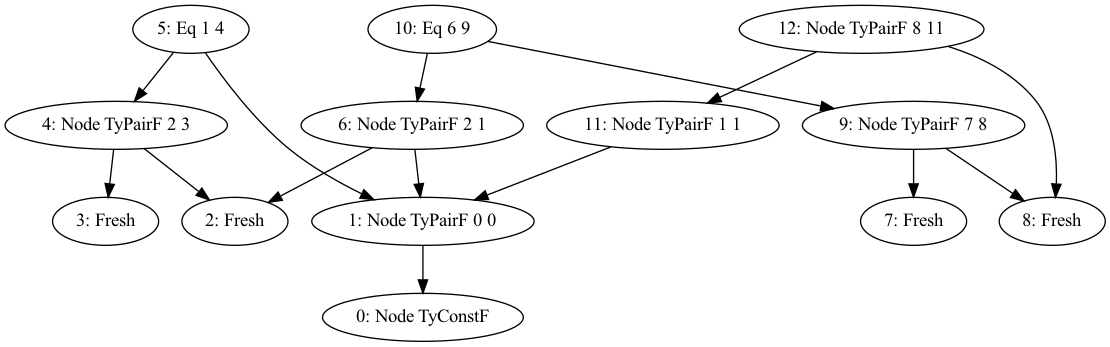
Before: dot/exponential-initial.png, a diagram exported from Graphviz (ejconlon/uniter). Its source is kept beside it as dot/exponential-initial.dot.
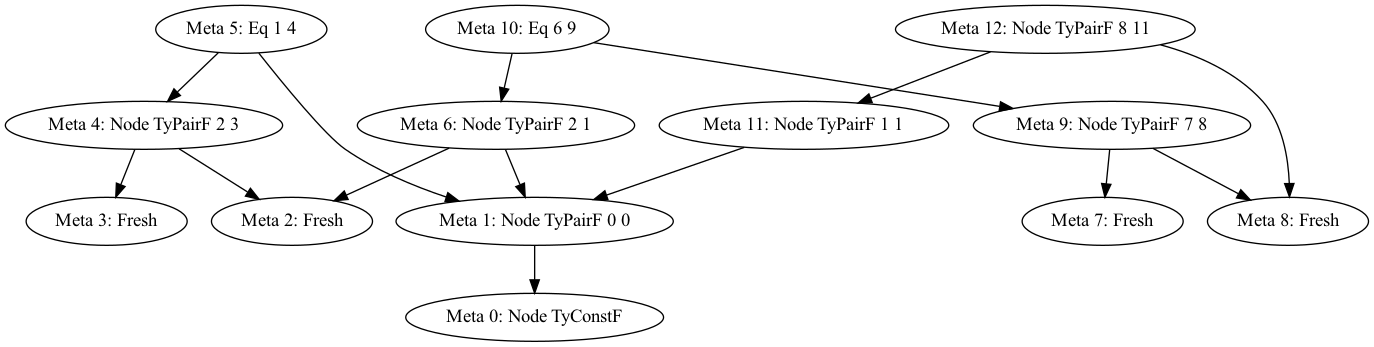
After the commit.

The edit, as a diff of the source:
```diff
@@ -1,18 +1,18 @@
 digraph
 {
-  "0" [label="0: Node TyConstF"]
-  "1" [label="1: Node TyPairF 0 0"]
-  "2" [label="2: Fresh"]
-  "3" [label="3: Fresh"]
-  "4" [label="4: Node TyPairF 2 3"]
-  "5" [label="5: Eq 1 4"]
-  "6" [label="6: Node TyPairF 2 1"]
-  "7" [label="7: Fresh"]
-  "8" [label="8: Fresh"]
-  "9" [label="9: Node TyPairF 7 8"]
-  "10" [label="10: Eq 6 9"]
-  "11" [label="11: Node TyPairF 1 1"]
-  "12" [label="12: Node TyPairF 8 11"]
+  "0" [label="Meta 0: Node TyConstF"]
+  "1" [label="Meta 1: Node TyPairF 0 0"]
+  "2" [label="Meta 2: Fresh"]
+  "3" [label="Meta 3: Fresh"]
+  "4" [label="Meta 4: Node TyPairF 2 3"]
+  "5" [label="Meta 5: Eq 1 4"]
+  "6" [label="Meta 6: Node TyPairF 2 1"]
+  "7" [label="Meta 7: Fresh"]
+  "8" [label="Meta 8: Fresh"]
+  "9" [label="Meta 9: Node TyPairF 7 8"]
+  "10" [label="Meta 10: Eq 6 9"]
+  "11" [label="Meta 11: Node TyPairF 1 1"]
+  "12" [label="Meta 12: Node TyPairF 8 11"]
   "1" -> "0"
   "4" -> "2"
   "4" -> "3"
```
